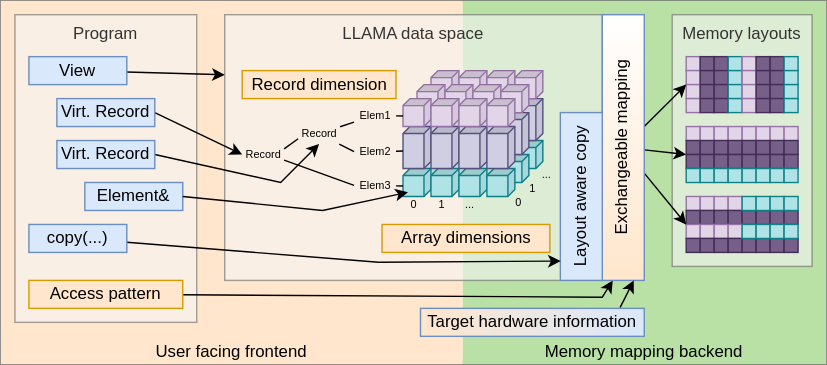
Above: docs/images/concept.svg in alpaka-group/llama (draw.io), before the change. Source tidied: cells renumbered, new cells last; positions are measured from the earlier drawing's top-left corner, leaving out a move shared by most shapes.
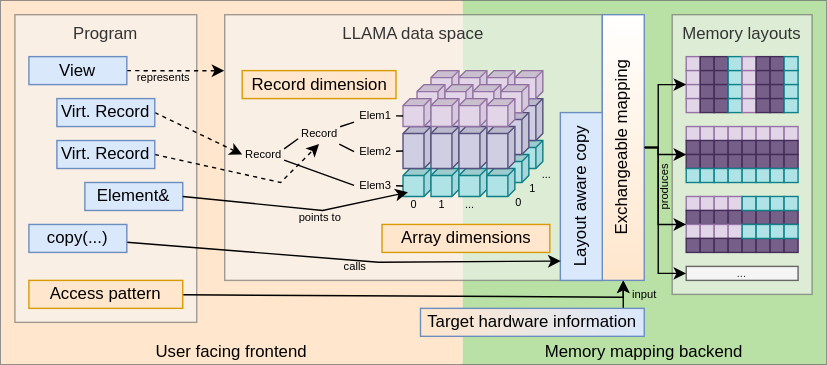
After the commit.

Commit message:
add arrow descriptions to concept.svg

What changed in the source:
```diff
@@ -23,21 +23,24 @@
     <mxCell id="8" value="Array dimensions" style="rounded=0;whiteSpace=wrap;html=1;fillColor=#ffe6cc;strokeColor=#d79b00;" parent="1" vertex="1">
       <mxGeometry x="272.5" y="160" width="120" height="20" as="geometry" />
     </mxCell>
-    <mxCell id="9" style="edgeStyle=none;rounded=0;jettySize=auto;html=1;endArrow=classic;endFill=1;" parent="1" edge="1" source="10">
-      <mxGeometry relative="1" as="geometry">
-        <mxPoint x="160" y="53" as="targetPoint" />
-      </mxGeometry>
+    <mxCell id="9" style="edgeStyle=none;rounded=0;jettySize=auto;html=1;endArrow=classic;endFill=1;dashed=1;entryX=-0.001;entryY=0.211;entryDx=0;entryDy=0;entryPerimeter=0;" parent="1" edge="1" source="10" target="5">
+      <mxGeometry relative="1" as="geometry" />
     </mxCell>
+    <mxCell id="182" value="represents" style="edgeLabel;html=1;align=center;verticalAlign=middle;fontSize=8;labelBackgroundColor=none;" parent="9" vertex="1">
+      <mxGeometry x="-0.27" y="-1" relative="1" as="geometry">
+        <mxPoint y="4" as="offset" />
+      </mxGeometry>
+    </mxCell>
     <mxCell id="10" value="View" style="rounded=0;whiteSpace=wrap;html=1;fillColor=#dae8fc;strokeColor=#6c8ebf;" parent="1" vertex="1">
       <mxGeometry x="20" y="40" width="70" height="20" as="geometry" />
     </mxCell>
-    <mxCell id="11" style="edgeStyle=none;rounded=0;jettySize=auto;html=1;entryX=0;entryY=0.5;entryDx=0;entryDy=0;endArrow=classic;endFill=1;exitX=1;exitY=0.5;exitDx=0;exitDy=0;" parent="1" edge="1" source="12" target="69">
+    <mxCell id="11" style="edgeStyle=none;rounded=0;jettySize=auto;html=1;entryX=0;entryY=0.5;entryDx=0;entryDy=0;endArrow=classic;endFill=1;exitX=1;exitY=0.5;exitDx=0;exitDy=0;dashed=1;" parent="1" edge="1" source="12" target="69">
       <mxGeometry relative="1" as="geometry" />
     </mxCell>
     <mxCell id="12" value="Virt. Record" style="rounded=0;whiteSpace=wrap;html=1;fillColor=#dae8fc;strokeColor=#6c8ebf;" parent="1" vertex="1">
       <mxGeometry x="40" y="70" width="70" height="20" as="geometry" />
     </mxCell>
-    <mxCell id="13" style="edgeStyle=none;rounded=0;jettySize=auto;html=1;entryX=0.5;entryY=1;entryDx=0;entryDy=0;endArrow=classic;endFill=1;exitX=1;exitY=0.5;exitDx=0;exitDy=0;" parent="1" edge="1" source="14" target="60">
+    <mxCell id="13" style="edgeStyle=none;rounded=0;jettySize=auto;html=1;entryX=0.5;entryY=1;entryDx=0;entryDy=0;endArrow=classic;endFill=1;exitX=1;exitY=0.5;exitDx=0;exitDy=0;dashed=1;" parent="1" edge="1" source="14" target="60">
       <mxGeometry relative="1" as="geometry">
         <Array as="points">
           <mxPoint x="200" y="130" />
@@ -161,19 +164,19 @@
     <mxCell id="52" style="edgeStyle=none;rounded=0;jumpStyle=arc;jettySize=auto;html=1;entryX=0;entryY=0;entryDx=12.5;entryDy=20;entryPerimeter=0;startArrow=none;startFill=0;endArrow=none;endFill=0;fontSize=7.8;" parent="1" edge="1" source="53" target="42">
       <mxGeometry x="222.5" y="50" as="geometry" />
     </mxCell>
-    <mxCell id="53" value="Elem1" style="text;html=1;strokeColor=none;fillColor=none;align=center;verticalAlign=middle;whiteSpace=wrap;rounded=0;labelBackgroundColor=none;fontSize=7.8;" parent="1" vertex="1">
+    <mxCell id="53" value="Elem1" style="text;html=1;strokeColor=none;fillColor=none;align=center;verticalAlign=middle;whiteSpace=wrap;rounded=0;labelBackgroundColor=none;fontSize=8;" parent="1" vertex="1">
       <mxGeometry x="252.5" y="74" width="30" height="16" as="geometry" />
     </mxCell>
     <mxCell id="54" style="edgeStyle=none;rounded=0;jumpStyle=arc;jettySize=auto;html=1;entryX=0;entryY=0;entryDx=17.5;entryDy=20;entryPerimeter=0;startArrow=none;startFill=0;endArrow=none;endFill=0;fontSize=7.8;" parent="1" edge="1" source="55" target="41">
       <mxGeometry x="222.5" y="50" as="geometry" />
     </mxCell>
-    <mxCell id="55" value="Elem2" style="text;html=1;strokeColor=none;fillColor=none;align=center;verticalAlign=middle;whiteSpace=wrap;rounded=0;labelBackgroundColor=none;fontSize=7.8;" parent="1" vertex="1">
+    <mxCell id="55" value="Elem2" style="text;html=1;strokeColor=none;fillColor=none;align=center;verticalAlign=middle;whiteSpace=wrap;rounded=0;labelBackgroundColor=none;fontSize=8;" parent="1" vertex="1">
       <mxGeometry x="252.5" y="100" width="30" height="16" as="geometry" />
     </mxCell>
     <mxCell id="56" style="edgeStyle=none;rounded=0;jumpStyle=arc;jettySize=auto;html=1;entryX=0;entryY=0;entryDx=12.5;entryDy=20;entryPerimeter=0;startArrow=none;startFill=0;endArrow=none;endFill=0;fontSize=7.8;" parent="1" edge="1" source="57" target="40">
       <mxGeometry x="222.5" y="50" as="geometry" />
     </mxCell>
-    <mxCell id="57" value="Elem3" style="text;html=1;strokeColor=none;fillColor=none;align=center;verticalAlign=middle;whiteSpace=wrap;rounded=0;labelBackgroundColor=none;fontSize=7.8;" parent="1" vertex="1">
+    <mxCell id="57" value="Elem3" style="text;html=1;strokeColor=none;fillColor=none;align=center;verticalAlign=middle;whiteSpace=wrap;rounded=0;labelBackgroundColor=none;fontSize=8;" parent="1" vertex="1">
       <mxGeometry x="252.5" y="124" width="30" height="16" as="geometry" />
     </mxCell>
     <mxCell id="58" style="rounded=0;jumpStyle=arc;jettySize=auto;html=1;startArrow=none;startFill=0;endArrow=none;endFill=0;fontSize=7.8;" parent="1" edge="1" source="60" target="53">
@@ -182,7 +185,7 @@
     <mxCell id="59" style="edgeStyle=none;rounded=0;jumpStyle=arc;jettySize=auto;html=1;entryX=0;entryY=0.5;entryDx=0;entryDy=0;startArrow=none;startFill=0;endArrow=none;endFill=0;fontSize=7.8;" parent="1" edge="1" source="60" target="55">
       <mxGeometry x="222.5" y="50" as="geometry" />
     </mxCell>
-    <mxCell id="60" value="Record" style="text;html=1;strokeColor=none;fillColor=none;align=center;verticalAlign=middle;whiteSpace=wrap;rounded=0;labelBackgroundColor=none;fontSize=7.8;" parent="1" vertex="1">
+    <mxCell id="60" value="Record" style="text;html=1;strokeColor=none;fillColor=none;align=center;verticalAlign=middle;whiteSpace=wrap;rounded=0;labelBackgroundColor=none;fontSize=8;" parent="1" vertex="1">
       <mxGeometry x="212.5" y="87.5" width="30" height="15" as="geometry" />
     </mxCell>
     <mxCell id="61" value="0" style="text;html=1;strokeColor=none;fillColor=none;align=center;verticalAlign=middle;whiteSpace=wrap;rounded=0;labelBackgroundColor=none;fontSize=7.8;" parent="1" vertex="1">
@@ -209,7 +212,7 @@
     <mxCell id="68" style="edgeStyle=none;rounded=0;jettySize=auto;html=1;entryX=0;entryY=0.5;entryDx=0;entryDy=0;endArrow=none;endFill=0;exitX=1;exitY=0.75;exitDx=0;exitDy=0;" parent="1" edge="1" source="69" target="57">
       <mxGeometry relative="1" as="geometry" />
     </mxCell>
-    <mxCell id="69" value="Record" style="text;html=1;strokeColor=none;fillColor=none;align=center;verticalAlign=middle;whiteSpace=wrap;rounded=0;labelBackgroundColor=none;fontSize=7.8;" parent="1" vertex="1">
+    <mxCell id="69" value="Record" style="text;html=1;strokeColor=none;fillColor=none;align=center;verticalAlign=middle;whiteSpace=wrap;rounded=0;labelBackgroundColor=none;fontSize=8;" parent="1" vertex="1">
       <mxGeometry x="172.5" y="102" width="30" height="16" as="geometry" />
     </mxCell>
     <mxCell id="70" style="edgeStyle=none;rounded=0;jettySize=auto;html=1;endArrow=classic;endFill=1;exitX=1;exitY=0.5;exitDx=0;exitDy=0;entryX=0.85;entryY=0.825;entryDx=0;entryDy=0;entryPerimeter=0;" parent="1" edge="1" source="15" target="40">
@@ -219,8 +222,13 @@
         </Array>
       </mxGeometry>
     </mxCell>
+    <mxCell id="183" value="points to" style="edgeLabel;html=1;align=center;verticalAlign=middle;fontSize=8;labelBackgroundColor=none;" parent="70" vertex="1">
+      <mxGeometry x="0.14" relative="1" as="geometry">
+        <mxPoint x="4.9" y="5.7" as="offset" />
+      </mxGeometry>
+    </mxCell>
     <mxCell id="71" value="Memory layouts" style="rounded=0;whiteSpace=wrap;html=1;fillColor=#f5f5f5;strokeColor=#666666;fontColor=#333333;verticalAlign=top;opacity=60;" parent="1" vertex="1">
-      <mxGeometry x="480" y="10" width="100" height="180" as="geometry" />
+      <mxGeometry x="480" y="10" width="100" height="200" as="geometry" />
     </mxCell>
     <mxCell id="72" style="group;" parent="1" vertex="1">
       <mxGeometry x="490" y="90" width="80" height="40" as="geometry" />
@@ -519,19 +527,34 @@
     <mxCell id="170" style="rounded=0;whiteSpace=wrap;html=1;fillColor=#b0e3e6;strokeColor=#0e8088;" parent="138" vertex="1">
       <mxGeometry x="70" y="20" width="10" height="10" as="geometry" />
     </mxCell>
-    <mxCell id="171" style="rounded=0;jettySize=auto;html=1;entryX=0;entryY=1;entryDx=0;entryDy=0;" parent="1" edge="1" source="176" target="114">
-      <mxGeometry relative="1" as="geometry" />
+    <mxCell id="171" style="rounded=0;jettySize=auto;html=1;entryX=0;entryY=1;entryDx=0;entryDy=0;edgeStyle=orthogonalEdgeStyle;" parent="1" edge="1" source="176" target="114">
+      <mxGeometry relative="1" as="geometry">
+        <Array as="points">
+          <mxPoint x="470" y="105" />
+          <mxPoint x="470" y="60" />
+        </Array>
+      </mxGeometry>
     </mxCell>
-    <mxCell id="172" style="edgeStyle=none;rounded=0;jettySize=auto;html=1;entryX=0;entryY=0;entryDx=0;entryDy=0;" parent="1" edge="1" source="176" target="89">
-      <mxGeometry relative="1" as="geometry" />
+    <mxCell id="172" style="edgeStyle=orthogonalEdgeStyle;rounded=0;jettySize=auto;html=1;entryX=0;entryY=0;entryDx=0;entryDy=0;" parent="1" edge="1" source="176" target="89">
+      <mxGeometry relative="1" as="geometry">
+        <Array as="points">
+          <mxPoint x="470" y="105" />
+          <mxPoint x="470" y="110" />
+        </Array>
+      </mxGeometry>
     </mxCell>
-    <mxCell id="173" style="edgeStyle=none;rounded=0;jettySize=auto;html=1;entryX=0;entryY=0;entryDx=0;entryDy=0;" parent="1" edge="1" source="176" target="155">
-      <mxGeometry relative="1" as="geometry" />
+    <mxCell id="173" style="edgeStyle=orthogonalEdgeStyle;rounded=0;jettySize=auto;html=1;entryX=0;entryY=0;entryDx=0;entryDy=0;" parent="1" edge="1" source="176" target="155">
+      <mxGeometry relative="1" as="geometry">
+        <Array as="points">
+          <mxPoint x="470" y="105" />
+          <mxPoint x="470" y="160" />
+        </Array>
+      </mxGeometry>
     </mxCell>
-    <mxCell id="174" style="rounded=0;jettySize=auto;html=1;entryX=0.25;entryY=1;entryDx=0;entryDy=0;" parent="1" edge="1" source="175" target="176">
+    <mxCell id="174" style="rounded=0;jettySize=auto;html=1;entryX=0.5;entryY=1;entryDx=0;entryDy=0;" parent="1" edge="1" source="175" target="176">
       <mxGeometry relative="1" as="geometry">
         <Array as="points">
-          <mxPoint x="430" y="212" />
+          <mxPoint x="445" y="212" />
         </Array>
       </mxGeometry>
     </mxCell>
@@ -544,9 +567,16 @@
     <mxCell id="177" value="Layout aware copy" style="rounded=0;whiteSpace=wrap;html=1;fillColor=#dae8fc;strokeColor=#6c8ebf;verticalAlign=middle;horizontal=0;" parent="1" vertex="1">
       <mxGeometry x="400" y="80" width="30" height="120" as="geometry" />
     </mxCell>
-    <mxCell id="178" style="edgeStyle=none;rounded=0;jettySize=auto;html=1;entryX=0.75;entryY=1;entryDx=0;entryDy=0;exitX=0.892;exitY=-0.025;exitDx=0;exitDy=0;exitPerimeter=0;" parent="1" edge="1" source="179" target="176">
-      <mxGeometry relative="1" as="geometry" />
+    <mxCell id="178" style="edgeStyle=none;rounded=0;jettySize=auto;html=1;entryX=0.5;entryY=1;entryDx=0;entryDy=0;" parent="1" edge="1" target="176">
+      <mxGeometry relative="1" as="geometry">
+        <mxPoint x="445" y="220" as="sourcePoint" />
+      </mxGeometry>
     </mxCell>
+    <mxCell id="184" value="input" style="edgeLabel;html=1;align=center;verticalAlign=middle;fontSize=8;labelBackgroundColor=none;" parent="178" vertex="1">
+      <mxGeometry x="-0.62" relative="1" as="geometry">
+        <mxPoint x="15" y="-6.3" as="offset" />
+      </mxGeometry>
+    </mxCell>
     <mxCell id="179" value="Target hardware information" style="rounded=0;whiteSpace=wrap;html=1;fillColor=#ffe6cc;rotation=0;gradientDirection=east;gradientColor=#DAE8FC;strokeColor=#6C8EBF;" parent="1" vertex="1">
       <mxGeometry x="300" y="220" width="160" height="20" as="geometry" />
     </mxCell>
@@ -557,8 +587,29 @@
         </Array>
       </mxGeometry>
     </mxCell>
+    <mxCell id="185" value="calls" style="edgeLabel;html=1;align=center;verticalAlign=middle;fontSize=8;labelBackgroundColor=none;" parent="180" vertex="1">
+      <mxGeometry x="0.25" y="-1" relative="1" as="geometry">
+        <mxPoint x="-31.6" y="2.1" as="offset" />
+      </mxGeometry>
+    </mxCell>
     <mxCell id="181" value="copy(...)" style="rounded=0;whiteSpace=wrap;html=1;fillColor=#dae8fc;strokeColor=#6c8ebf;glass=0;shadow=0;" parent="1" vertex="1">
       <mxGeometry x="20" y="160" width="70" height="20" as="geometry" />
     </mxCell>
+    <mxCell id="186" value="..." style="rounded=0;whiteSpace=wrap;html=1;fillColor=#f5f5f5;strokeColor=#666666;fontColor=#333333;fontSize=8;" parent="1" vertex="1">
+      <mxGeometry x="490" y="190" width="80" height="10" as="geometry" />
+    </mxCell>
+    <mxCell id="187" style="edgeStyle=orthogonalEdgeStyle;rounded=0;jettySize=auto;html=1;entryX=0;entryY=0.5;entryDx=0;entryDy=0;" parent="1" edge="1" source="176" target="186">
+      <mxGeometry relative="1" as="geometry">
+        <Array as="points">
+          <mxPoint x="470" y="105" />
+          <mxPoint x="470" y="195" />
+        </Array>
+      </mxGeometry>
+    </mxCell>
+    <mxCell id="188" value="produces" style="edgeLabel;html=1;align=center;verticalAlign=middle;fontSize=8;labelBackgroundColor=none;horizontal=0;" parent="187" vertex="1">
+      <mxGeometry x="0.28" relative="1" as="geometry">
+        <mxPoint x="4" y="-37.8" as="offset" />
+      </mxGeometry>
+    </mxCell>
   </root>
 </mxGraphModel>
```
